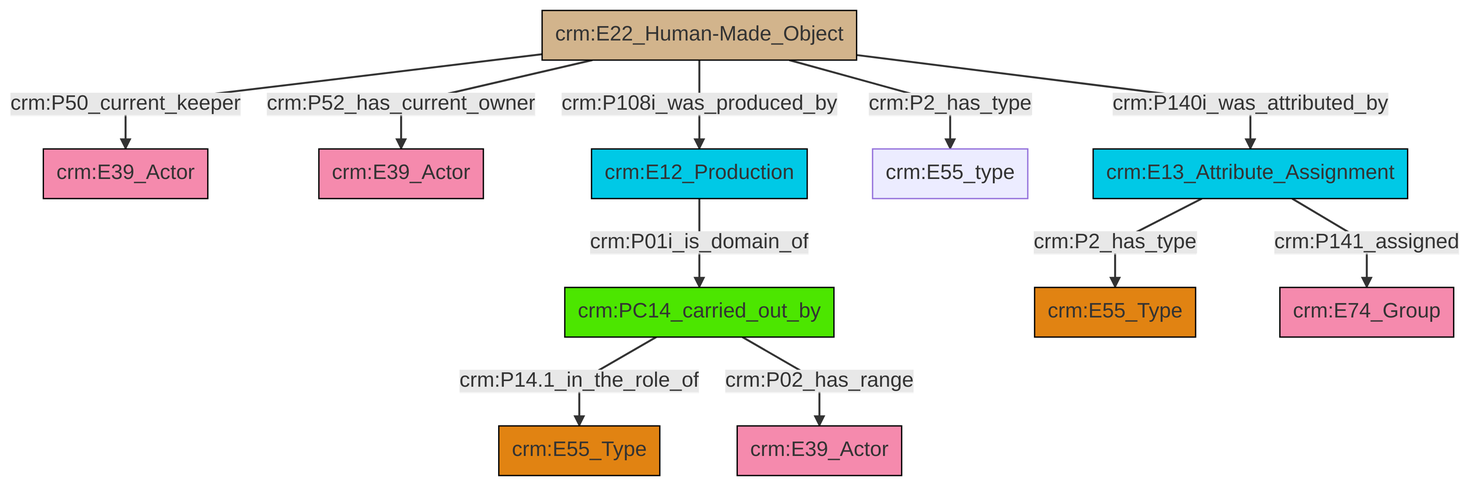
Earlier version of the Mermaid export et/artworkCSV/ttl/mmd/png/Artwork_Actor_Relations.png (swiss-art-research-net/reference-data-models). Its source is kept beside it as et/artworkCSV/ttl/mmd/Artwork_Actor_Relations.ttl.mmd.
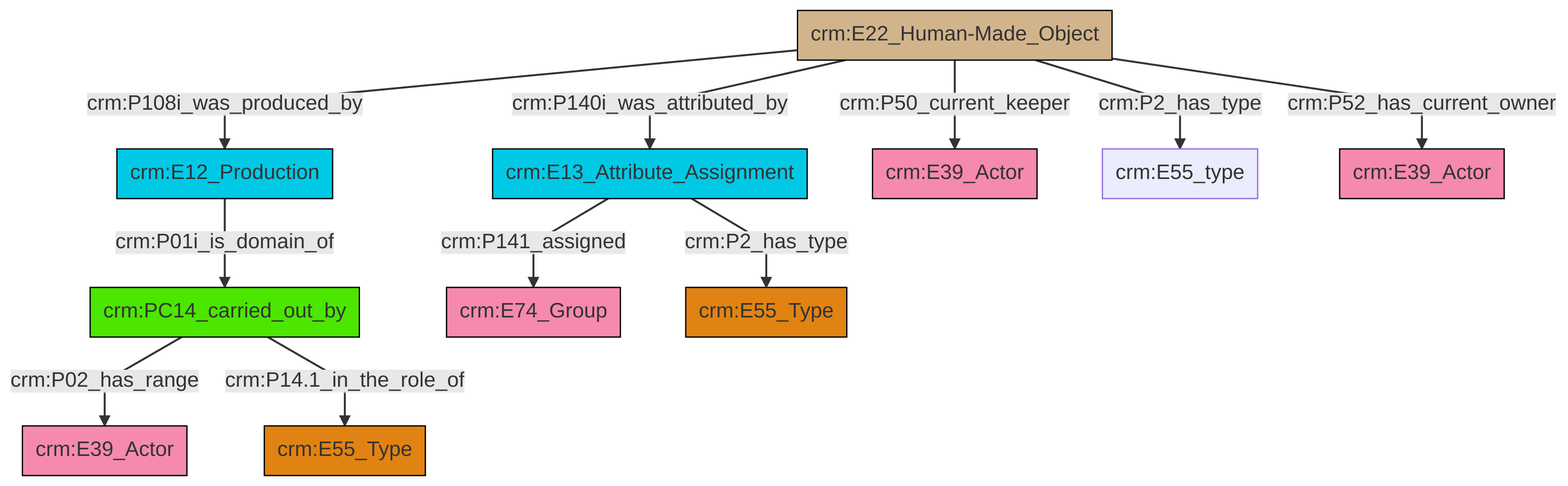
After the change.

The edit, as a diff of the source:
```diff
@@ -13,13 +13,13 @@
 classDef PC_Classes fill:#4ce600, stroke:#000000;
 classDef Multi fill:#cccccc,stroke:#000000;
 
-0["crm:E22_Human-Made_Object"]:::Physical_Thing -->|crm:P50_current_keeper| 1["crm:E39_Actor"]:::Actor
-0["crm:E22_Human-Made_Object"]:::Physical_Thing -->|crm:P52_has_current_owner| 2["crm:E39_Actor"]:::Actor
-3["crm:PC14_carried_out_by"]:::PC_Classes -->|crm:P14.1_in_the_role_of| 4["crm:E55_Type"]:::Type
-5["crm:E13_Attribute_Assignment"]:::Temporal_Entity -->|crm:P2_has_type| 6["crm:E55_Type"]:::Type
-5["crm:E13_Attribute_Assignment"]:::Temporal_Entity -->|crm:P141_assigned| 7["crm:E74_Group"]:::Actor
-13["crm:E12_Production"]:::Temporal_Entity -->|crm:P01i_is_domain_of| 3["crm:PC14_carried_out_by"]:::PC_Classes
-3["crm:PC14_carried_out_by"]:::PC_Classes -->|crm:P02_has_range| 17["crm:E39_Actor"]:::Actor
-0["crm:E22_Human-Made_Object"]:::Physical_Thing -->|crm:P140i_was_attributed_by| 5["crm:E13_Attribute_Assignment"]:::Temporal_Entity
-0["crm:E22_Human-Made_Object"]:::Physical_Thing -->|crm:P108i_was_produced_by| 13["crm:E12_Production"]:::Temporal_Entity
-0["crm:E22_Human-Made_Object"]:::Physical_Thing -->|crm:P2_has_type| 11["crm:E55_type"]:::Default
+2["crm:PC14_carried_out_by"]:::PC_Classes -->|crm:P02_has_range| 6["crm:E39_Actor"]:::Actor
+8["crm:E13_Attribute_Assignment"]:::Temporal_Entity -->|crm:P141_assigned| 4["crm:E74_Group"]:::Actor
+8["crm:E13_Attribute_Assignment"]:::Temporal_Entity -->|crm:P2_has_type| 10["crm:E55_Type"]:::Type
+13["crm:E22_Human-Made_Object"]:::Physical_Thing -->|crm:P140i_was_attributed_by| 8["crm:E13_Attribute_Assignment"]:::Temporal_Entity
+2["crm:PC14_carried_out_by"]:::PC_Classes -->|crm:P14.1_in_the_role_of| 14["crm:E55_Type"]:::Type
+0["crm:E12_Production"]:::Temporal_Entity -->|crm:P01i_is_domain_of| 2["crm:PC14_carried_out_by"]:::PC_Classes
+13["crm:E22_Human-Made_Object"]:::Physical_Thing -->|crm:P108i_was_produced_by| 0["crm:E12_Production"]:::Temporal_Entity
+13["crm:E22_Human-Made_Object"]:::Physical_Thing -->|crm:P2_has_type| 15["crm:E55_type"]:::Default
+13["crm:E22_Human-Made_Object"]:::Physical_Thing -->|crm:P50_current_keeper| 11["crm:E39_Actor"]:::Actor
+13["crm:E22_Human-Made_Object"]:::Physical_Thing -->|crm:P52_has_current_owner| 18["crm:E39_Actor"]:::Actor
```
